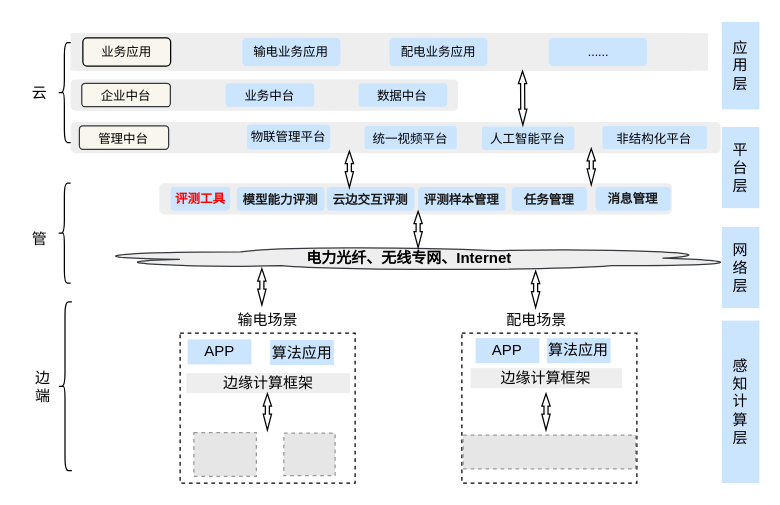
Before: page "系统逻辑分层组件视图" (1 of 2) of 电力物联网边缘侧场景下视觉算法模型评估验证技术能力提升.drawio in paleblackless/diagrams, a draw.io diagram. Source tidied: cells renumbered, new cells numbered last; positions are measured from the earlier drawing's top-left corner, leaving out a move shared by most shapes. Both pictures are drawn from the tidied source at 125%, with x=0, y=0 at pixel (21, 21). Pictures stored in the file or linked from it are replaced by grey dashed boxes.
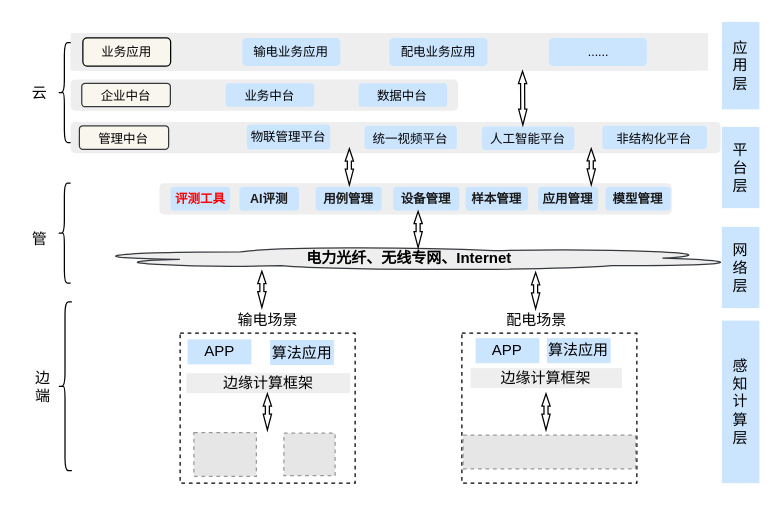
Above is the later version.

Commit message:
更新电力物联网边缘侧场景下视觉算法模型评估验证技术能力提升.drawio

What changed in the source:
```diff
@@
-    <mxCell id="27" value="&lt;b style=&quot;&quot;&gt;&lt;font color=&quot;#1a1a1a&quot;&gt;模型能力评测&lt;/font&gt;&lt;/b&gt;" style="rounded=1;whiteSpace=wrap;html=1;fillColor=#cce5ff;strokeColor=none;fontSize=10;" parent="1" vertex="1">
-      <mxGeometry x="172" y="132" width="70" height="19.1" as="geometry" />
+    <mxCell id="27" value="&lt;font color=&quot;#1a1a1a&quot;&gt;&lt;b&gt;AI评测&lt;/b&gt;&lt;/font&gt;" style="rounded=1;whiteSpace=wrap;html=1;fillColor=#cce5ff;strokeColor=none;fontSize=10;" parent="1" vertex="1">
+      <mxGeometry x="174" y="131.9" width="47.6" height="19.1" as="geometry" />
     </mxCell>
-    <mxCell id="28" value="&lt;font color=&quot;#1a1a1a&quot;&gt;&lt;b&gt;云边交互评测&lt;/b&gt;&lt;/font&gt;" style="rounded=1;whiteSpace=wrap;html=1;fillColor=#cce5ff;strokeColor=none;fontSize=10;" parent="1" vertex="1">
-      <mxGeometry x="244" y="132" width="70" height="19.1" as="geometry" />
+    <mxCell id="28" value="&lt;font color=&quot;#1a1a1a&quot;&gt;&lt;b&gt;设备管理&lt;/b&gt;&lt;/font&gt;" style="rounded=1;whiteSpace=wrap;html=1;fillColor=#cce5ff;strokeColor=none;fontSize=10;" parent="1" vertex="1">
+      <mxGeometry x="297" y="131.9" width="53" height="19.1" as="geometry" />
     </mxCell>
-    <mxCell id="29" value="&lt;font color=&quot;#1a1a1a&quot;&gt;&lt;b&gt;评测样本管理&lt;/b&gt;&lt;/font&gt;" style="rounded=1;whiteSpace=wrap;html=1;fillColor=#cce5ff;strokeColor=none;fontSize=10;" parent="1" vertex="1">
-      <mxGeometry x="317" y="132" width="70" height="19.1" as="geometry" />
+    <mxCell id="29" value="&lt;font color=&quot;#1a1a1a&quot;&gt;&lt;b&gt;样本管理&lt;/b&gt;&lt;/font&gt;" style="rounded=1;whiteSpace=wrap;html=1;fillColor=#cce5ff;strokeColor=none;fontSize=10;" parent="1" vertex="1">
+      <mxGeometry x="355" y="131.9" width="50" height="19.1" as="geometry" />
     </mxCell>
-    <mxCell id="30" value="&lt;font color=&quot;#1a1a1a&quot;&gt;&lt;b&gt;任务管理&lt;/b&gt;&lt;/font&gt;" style="rounded=1;whiteSpace=wrap;html=1;fillColor=#cce5ff;strokeColor=none;fontSize=10;" parent="1" vertex="1">
-      <mxGeometry x="392" y="132" width="60" height="19.1" as="geometry" />
+    <mxCell id="30" value="&lt;font color=&quot;#1a1a1a&quot;&gt;&lt;b&gt;应用管理&lt;/b&gt;&lt;/font&gt;" style="rounded=1;whiteSpace=wrap;html=1;fillColor=#cce5ff;strokeColor=none;fontSize=10;" parent="1" vertex="1">
+      <mxGeometry x="413" y="131.9" width="48" height="19.1" as="geometry" />
     </mxCell>
-    <mxCell id="31" value="&lt;font color=&quot;#1a1a1a&quot;&gt;&lt;b&gt;消息管理&lt;/b&gt;&lt;/font&gt;" style="rounded=1;whiteSpace=wrap;html=1;fillColor=#cce5ff;strokeColor=none;fontSize=10;" parent="1" vertex="1">
-      <mxGeometry x="459" y="131.9" width="60" height="19.1" as="geometry" />
+    <mxCell id="31" value="&lt;font color=&quot;#1a1a1a&quot;&gt;&lt;b&gt;模型管理&lt;/b&gt;&lt;/font&gt;" style="rounded=1;whiteSpace=wrap;html=1;fillColor=#cce5ff;strokeColor=none;fontSize=10;" parent="1" vertex="1">
+      <mxGeometry x="467" y="131.9" width="52" height="19.1" as="geometry" />
     </mxCell>
     <mxCell id="32" style="shape=flexArrow;endArrow=classic;startArrow=classic;html=1;rounded=0;endWidth=2.3975993998499625;endSize=2.9530201342281877;startWidth=2.3975993998499625;startSize=3.9144186046511624;width=3.225806451612903;" parent="1" edge="1">
       <mxGeometry relative="1" as="geometry">
-        <mxPoint x="262" y="133" as="sourcePoint" />
-        <mxPoint x="262" y="103" as="targetPoint" />
+        <mxPoint x="262" y="131" as="sourcePoint" />
+        <mxPoint x="262" y="101" as="targetPoint" />
       </mxGeometry>
     </mxCell>
@@
     <mxCell id="44" style="shape=flexArrow;endArrow=classic;startArrow=classic;html=1;rounded=0;endWidth=2.3975993998499625;endSize=2.9530201342281877;startWidth=2.3975993998499625;startSize=3.9144186046511624;width=3.225806451612903;" parent="1" edge="1">
       <mxGeometry relative="1" as="geometry">
-        <mxPoint x="192" y="227" as="sourcePoint" />
-        <mxPoint x="192" y="197" as="targetPoint" />
+        <mxPoint x="192" y="229" as="sourcePoint" />
+        <mxPoint x="192" y="199" as="targetPoint" />
       </mxGeometry>
     </mxCell>
     <mxCell id="45" style="shape=flexArrow;endArrow=classic;startArrow=classic;html=1;rounded=0;endWidth=2.3975993998499625;endSize=2.9530201342281877;startWidth=2.3975993998499625;startSize=3.9144186046511624;width=3.225806451612903;" parent="1" edge="1">
       <mxGeometry relative="1" as="geometry">
-        <mxPoint x="411" y="229" as="sourcePoint" />
-        <mxPoint x="411" y="199" as="targetPoint" />
+        <mxPoint x="411" y="230" as="sourcePoint" />
+        <mxPoint x="411" y="200" as="targetPoint" />
       </mxGeometry>
     </mxCell>
@@
+    <mxCell id="63" value="&lt;font color=&quot;#1a1a1a&quot;&gt;&lt;b&gt;用例管理&lt;/b&gt;&lt;/font&gt;" style="rounded=1;whiteSpace=wrap;html=1;fillColor=#cce5ff;strokeColor=none;fontSize=10;" parent="1" vertex="1">
+      <mxGeometry x="235" y="131.9" width="53" height="19.1" as="geometry" />
+    </mxCell>
```
